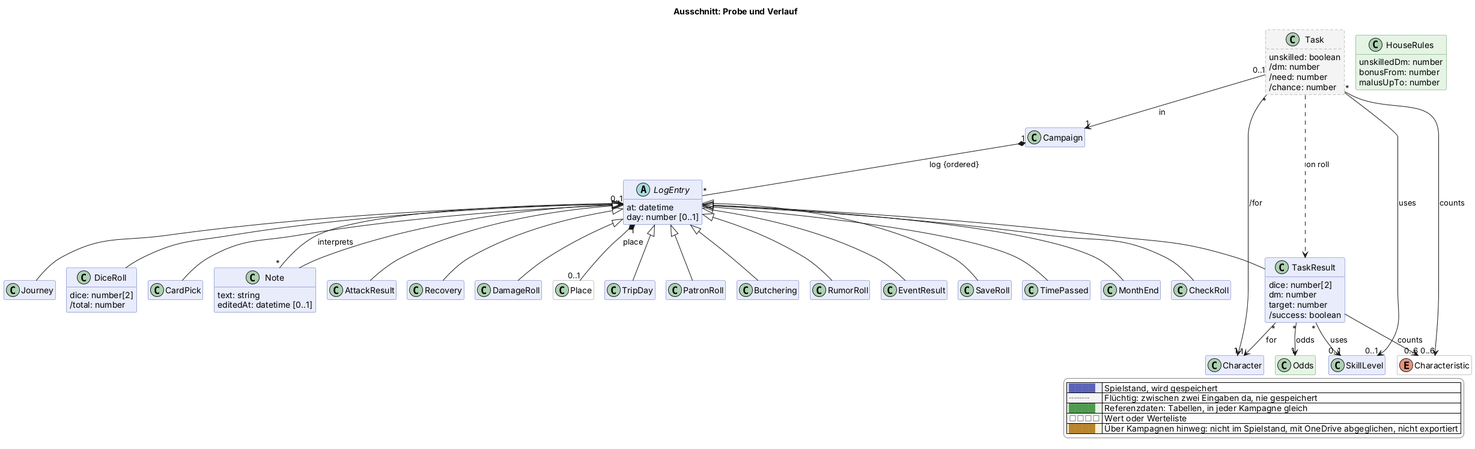
Before: docs/views/probe.png, a diagram exported from PlantUML (scuzzar/SRE). The source it was exported from:
```plantuml
@startuml
!if %not(%variable_exists("$change"))
!$change = "*"
!endif
!function $marked($c)
!return $change == "*" || $change == $c
!endfunction
!function $new($c, $t)
!if $marked($c)
!return "<color:#d0021b><b>" + $t + "</b></color>"
!endif
!return $t
!endfunction
!procedure $gone($c, $t)
!if $marked($c)
<color:#d0021b><s>$t</s></color>
!endif
!endprocedure
!function $newClass($c)
!if $marked($c)
!return "#line:d0021b;line.bold"
!endif
!return ""
!endfunction
!function $newArrow($c)
!if $marked($c)
!return "[#d0021b,bold]"
!endif
!return ""
!endfunction
!function $goneArrow($c)
!if $marked($c)
!return "[#d0021b,dashed]"
!endif
!return ""
!endfunction
!pragma layout smetana
title Ausschnitt: Probe und Verlauf
hide empty members
hide methods
skinparam classAttributeIconSize 0
skinparam shadowing false
skinparam packageStyle rectangle
skinparam class {
  BackgroundColor #e8ecfb
  BorderColor #5b64b8
  BackgroundColor<<transient>> #f4f4f4
  BorderColor<<transient>> #8a8a8a
  BackgroundColor<<reference>> #e6f4e6
  BorderColor<<reference>> #4f9a4f
  BackgroundColor<<value>> #ffffff
  BorderColor<<value>> #8a8a8a
  BackgroundColor<<browser>> #fdf1dc
  BorderColor<<browser>> #b8862e
}
skinparam legendBackgroundColor #ffffff
skinparam legendBorderColor #8a8a8a
<style>
classDiagram {
  class {
    .transient {
      LineStyle 5-3
    }
  }
}
</style>
hide <<transient>> stereotype
hide <<reference>> stereotype
hide <<value>> stereotype
hide <<browser>> stereotype

  class Campaign $kampagne
  class Character $charakter
  class SkillLevel $charakter






  abstract class LogEntry $probe {
    at: datetime
    day: number [0..1]
  }
  class DiceRoll $probe {
    dice: number[2]
    /total: number
  }
  class CardPick $karte
  class Note $probe {
    text: string
    editedAt: datetime [0..1]
  }
  class PatronRoll $begegnung
  class Butchering $begegnung
  class RumorRoll $begegnung
  class EventResult $begegnung
  class SaveRoll $begegnung

  class TimePassed $reise
  class MonthEnd $reise
  class CheckRoll $reise
  class Journey $reise

  class Task <<transient>> $probe {
    unskilled: boolean
    /dm: number
    /need: number
    /chance: number
  }
  class TaskResult $probe {
    dice: number[2]
    dm: number
    target: number
    /success: boolean
  }
  class AttackResult $kampf
  class Recovery $kampf
  class DamageRoll $kampf

  class Odds <<reference>> $karte
  class HouseRules <<reference>> $probe {
    unskilledDm: number
    bonusFrom: number
    malusUpTo: number
  }
  class Place <<value>> $oberflaeche
  class TripDay $logistik
  enum Characteristic <<value>> $charakter

Campaign "1" *-- "*" LogEntry : log {ordered}



LogEntry <|-- TimePassed
LogEntry <|-- CheckRoll
LogEntry <|-- Journey
LogEntry <|-- MonthEnd



LogEntry "1" *-- "0..1" Place : place
LogEntry <|-- TripDay



LogEntry <|-- DiceRoll
LogEntry <|-- CardPick
LogEntry <|-- TaskResult
LogEntry <|-- AttackResult
LogEntry <|-- DamageRoll
LogEntry <|-- Recovery
LogEntry <|-- Note
LogEntry <|-- PatronRoll
LogEntry <|-- RumorRoll
LogEntry <|-- Butchering
Note "*" --> "0..1" LogEntry : interprets
TaskResult "*" --> "1" Character : for
TaskResult "*" --> "0..1" SkillLevel : uses
TaskResult --> "0..6" Characteristic : counts
TaskResult "*" --> "1" Odds : odds

Task "0..1" --> "1" Campaign : in
Task "*" --> "1" Character : /for
Task "*" --> "0..1" SkillLevel : uses
Task --> "0..6" Characteristic : counts
Task ..> TaskResult : on roll


LogEntry <|-- EventResult
LogEntry <|-- SaveRoll



legend right
  |<#e8ecfb> <color:#5b64b8>████</color> | Spielstand, wird gespeichert |
  |<#f4f4f4> <color:#8a8a8a>╌╌╌╌</color> | Flüchtig: zwischen zwei Eingaben da, nie gespeichert |
  |<#e6f4e6> <color:#4f9a4f>████</color> | Referenzdaten: Tabellen, in jeder Kampagne gleich |
  |<#ffffff> <color:#8a8a8a>□□□□</color> | Wert oder Werteliste |
  |<#fdf1dc> <color:#b8862e>████</color> | Über Kampagnen hinweg: nicht im Spielstand, mit OneDrive abgeglichen, nicht exportiert |
endlegend
@enduml
```
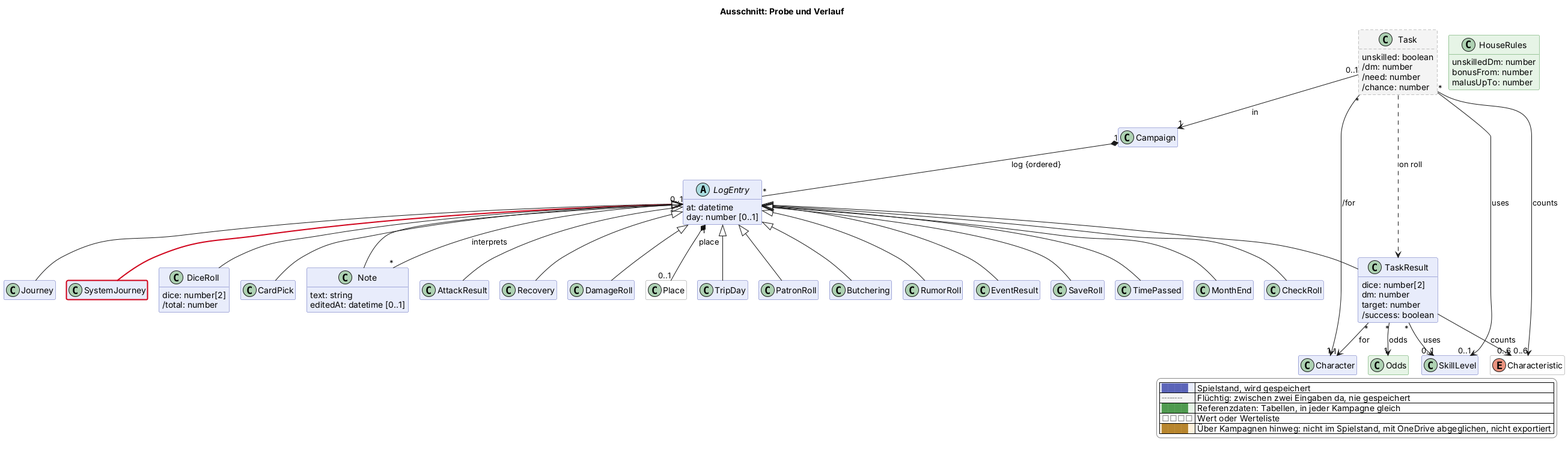
After the change.

Diff of the diagram source:
```diff
@@ -101,6 +101,7 @@
   class MonthEnd $reise
   class CheckRoll $reise
   class Journey $reise
+  class SystemJourney $reise $newClass("2026-11-20d")
 
   class Task <<transient>> $probe {
     unskilled: boolean
@@ -136,6 +137,7 @@
 LogEntry <|-- CheckRoll
 LogEntry <|-- Journey
 LogEntry <|-- MonthEnd
+LogEntry <|-$newArrow("2026-11-20d")- SystemJourney
 
 
 
```
